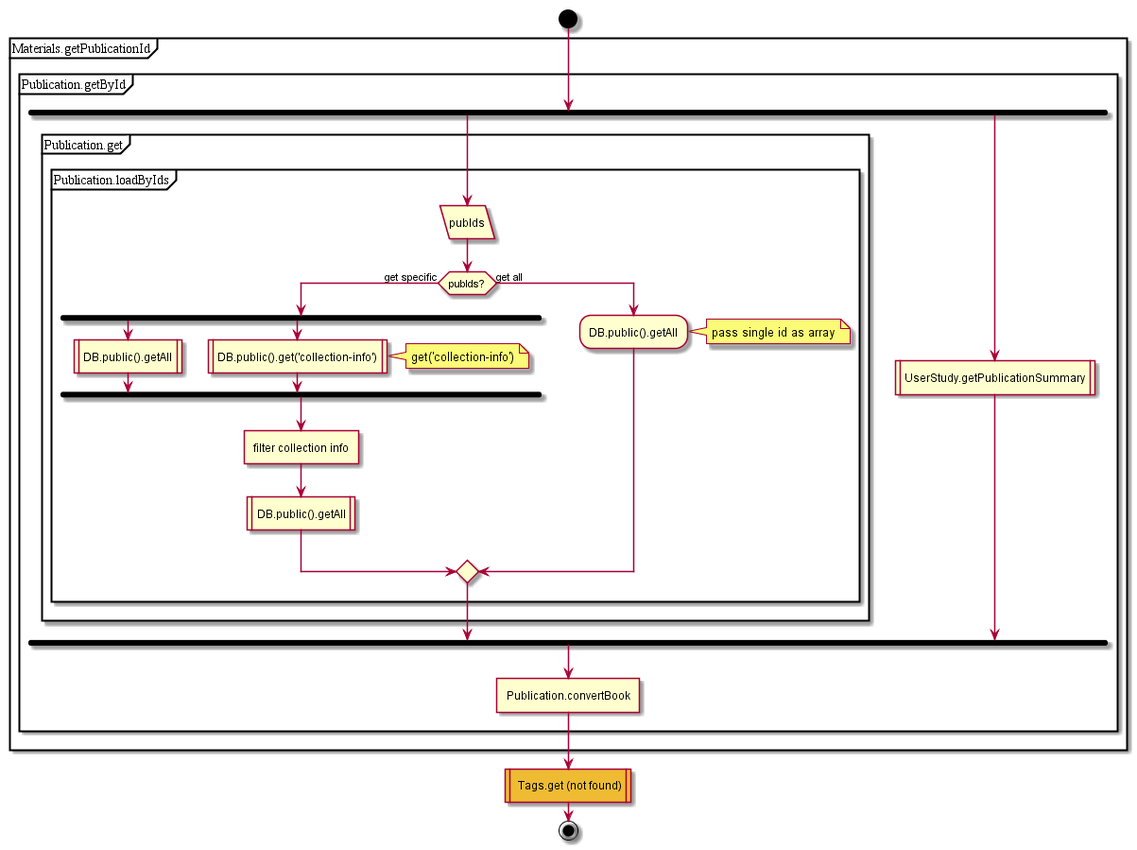
This is test2/diagrams/Materials.GET.getTags.png from MaxXx1313/testwiki, a PlantUML export, as it was before one commit. Source of this version:
```plantuml
@startuml
start
partition Materials.getPublicationId {
partition Publication.getById {
fork
partition Publication.get {
partition Publication.loadByIds {
:pubIds/
if(pubIds?) then (get specific)
fork
:DB.public().getAll|
fork again
:DB.public().get('collection-info')|
note right: get('collection-info')
endfork;
:filter collection info]
:DB.public().getAll|
else (get all)
:DB.public().getAll;
endif;
}
note right: pass single id as array
}
fork again
:UserStudy.getPublicationSummary|
endfork;
:Publication.convertBook]
}
}
#eebb33: Tags.get (not found)|
stop
@enduml
```
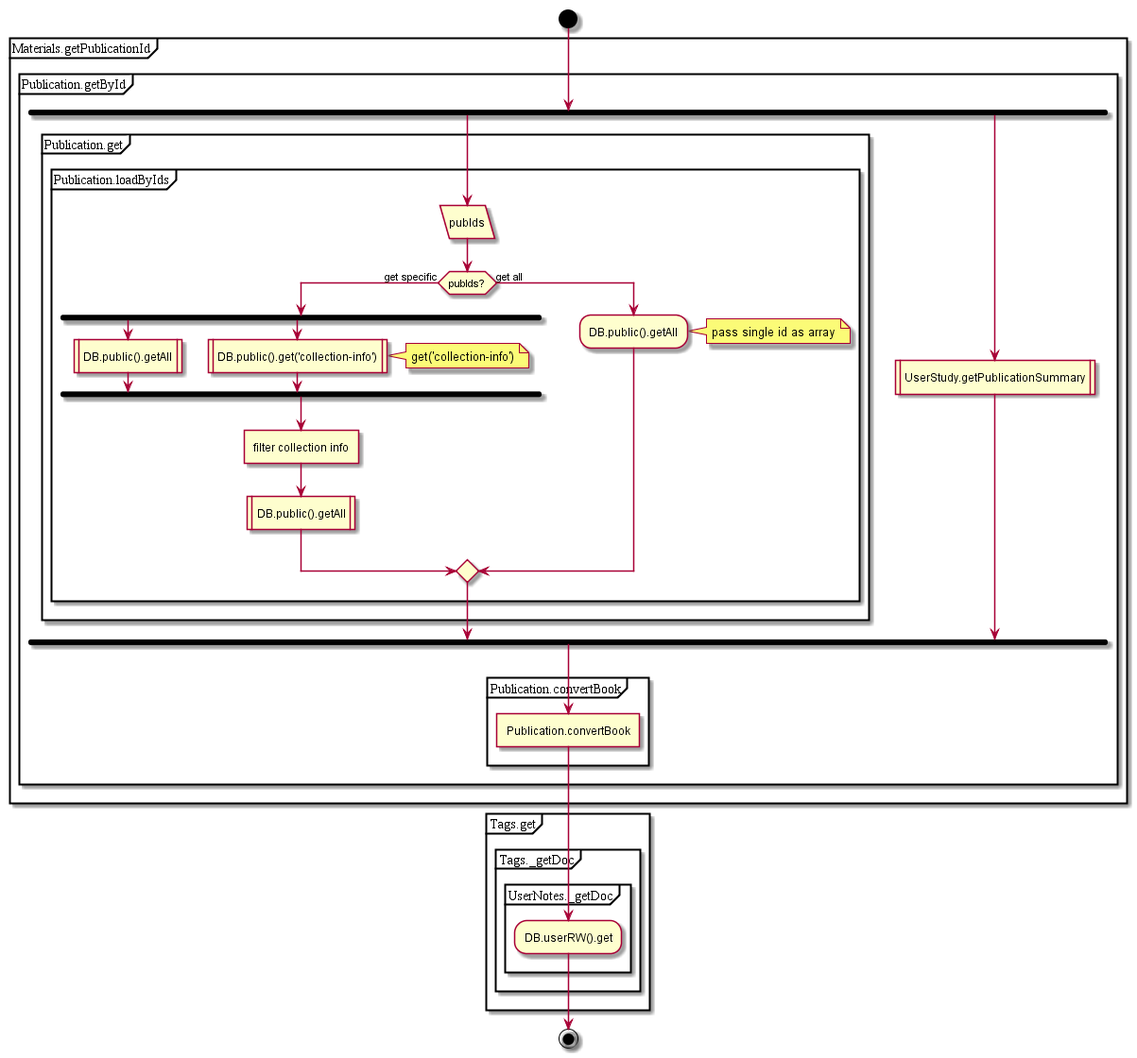
Later version of the same file.

What changed in the source:
```diff
@@ -24,9 +24,17 @@
 fork again
 :UserStudy.getPublicationSummary|
 endfork;
+partition Publication.convertBook {
 :Publication.convertBook]
 }
 }
-#eebb33: Tags.get (not found)|
+}
+partition Tags.get {
+partition Tags._getDoc {
+partition UserNotes._getDoc {
+:DB.userRW().get;
+}
+}
+}
 stop
 @enduml
```
